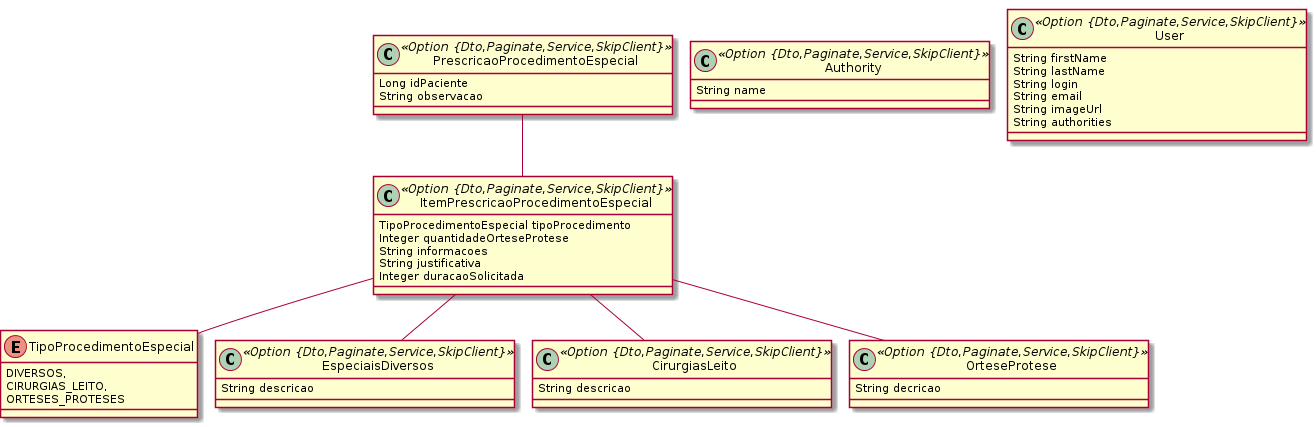
BasisTI/madre keeps this PlantUML diagram as prescricao/prescricao-procedimento-especial.png. Above is the earlier version. Source of this version:
```plantuml
@startuml
	!pragma graphviz_dot jdot
	!pragma syntax class
	class PrescricaoProcedimentoEspecial <<Option {Dto,Paginate,Service,SkipClient}>> {
		Long idPaciente
		String observacao
	}
	class ItemPrescricaoProcedimentoEspecial <<Option {Dto,Paginate,Service,SkipClient}>> {
		TipoProcedimentoEspecial tipoProcedimento
		Integer quantidadeOrteseProtese
		String informacoes
		String justificativa
		Integer duracaoSolicitada
	}
	ItemPrescricaoProcedimentoEspecial ..> TipoProcedimentoEspecial
	class EspeciaisDiversos <<Option {Dto,Paginate,Service,SkipClient}>> {
		String descricao
	}
	class CirurgiasLeito <<Option {Dto,Paginate,Service,SkipClient}>> {
		String descricao
	}
	class OrteseProtese <<Option {Dto,Paginate,Service,SkipClient}>> {
		String decricao
	}
	PrescricaoProcedimentoEspecial  "0..1 " --o "0..* "  ItemPrescricaoProcedimentoEspecial
	ItemPrescricaoProcedimentoEspecial  "especiaisDiversos 0..* " o-- "0..1 "  EspeciaisDiversos
	ItemPrescricaoProcedimentoEspecial  "cirurgiasLeito 0..* " o-- "0..1 "  CirurgiasLeito
	ItemPrescricaoProcedimentoEspecial  "orteseProtese 0..* " o-- "0..1 "  OrteseProtese
	enum TipoProcedimentoEspecial {
		DIVERSOS,
		CIRURGIAS_LEITO,
		ORTESES_PROTESES
	}
	class Authority <<Option {Dto,Paginate,Service,SkipClient}>> {
		String name
	}
	class User <<Option {Dto,Paginate,Service,SkipClient}>> {
		String firstName
		String lastName
		String login
		String email
		String imageUrl
		String authorities
	}
@enduml
```
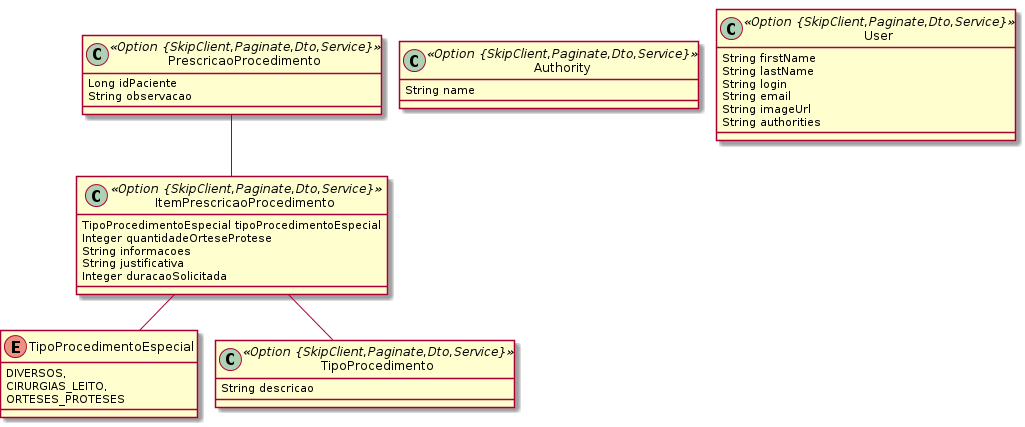
After the commit.

Commit message:
Modelo JDL - BASIS-127312

The edit, as a diff of the source:
```diff
@@ -1,40 +1,32 @@
 @startuml
 	!pragma graphviz_dot jdot
 	!pragma syntax class
-	class PrescricaoProcedimentoEspecial <<Option {Dto,Paginate,Service,SkipClient}>> {
+	class PrescricaoProcedimento <<Option {SkipClient,Paginate,Dto,Service}>> {
 		Long idPaciente
 		String observacao
 	}
-	class ItemPrescricaoProcedimentoEspecial <<Option {Dto,Paginate,Service,SkipClient}>> {
-		TipoProcedimentoEspecial tipoProcedimento
+	class ItemPrescricaoProcedimento <<Option {SkipClient,Paginate,Dto,Service}>> {
+		TipoProcedimentoEspecial tipoProcedimentoEspecial
 		Integer quantidadeOrteseProtese
 		String informacoes
 		String justificativa
 		Integer duracaoSolicitada
 	}
-	ItemPrescricaoProcedimentoEspecial ..> TipoProcedimentoEspecial
-	class EspeciaisDiversos <<Option {Dto,Paginate,Service,SkipClient}>> {
+	ItemPrescricaoProcedimento ..> TipoProcedimentoEspecial
+	class TipoProcedimento <<Option {SkipClient,Paginate,Dto,Service}>> {
 		String descricao
 	}
-	class CirurgiasLeito <<Option {Dto,Paginate,Service,SkipClient}>> {
-		String descricao
-	}
-	class OrteseProtese <<Option {Dto,Paginate,Service,SkipClient}>> {
-		String decricao
-	}
-	PrescricaoProcedimentoEspecial  "0..1 " --o "0..* "  ItemPrescricaoProcedimentoEspecial
-	ItemPrescricaoProcedimentoEspecial  "especiaisDiversos 0..* " o-- "0..1 "  EspeciaisDiversos
-	ItemPrescricaoProcedimentoEspecial  "cirurgiasLeito 0..* " o-- "0..1 "  CirurgiasLeito
-	ItemPrescricaoProcedimentoEspecial  "orteseProtese 0..* " o-- "0..1 "  OrteseProtese
+	PrescricaoProcedimento  "0..1 " --o "0..* "  ItemPrescricaoProcedimento
+	ItemPrescricaoProcedimento  "tipoProcedimento 0..* " o-- "0..1 "  TipoProcedimento
 	enum TipoProcedimentoEspecial {
 		DIVERSOS,
 		CIRURGIAS_LEITO,
 		ORTESES_PROTESES
 	}
-	class Authority <<Option {Dto,Paginate,Service,SkipClient}>> {
+	class Authority <<Option {SkipClient,Paginate,Dto,Service}>> {
 		String name
 	}
-	class User <<Option {Dto,Paginate,Service,SkipClient}>> {
+	class User <<Option {SkipClient,Paginate,Dto,Service}>> {
 		String firstName
 		String lastName
 		String login
```
